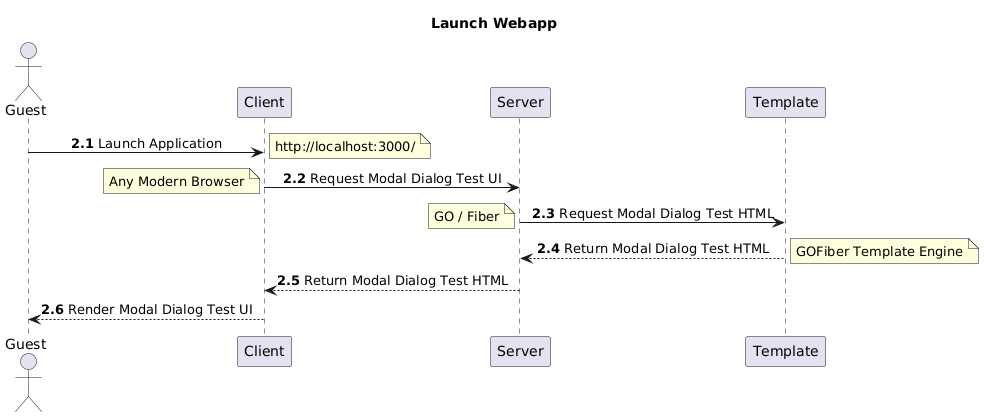
RodrigoMattosoSilveira/html_htmx-modal_dialogs keeps this PlantUML diagram as uml/sequenceDiagrams/LaunchApplication.png. Above is the earlier version. Its source is kept beside it as uml/sequenceDiagrams/LaunchApplication.puml.
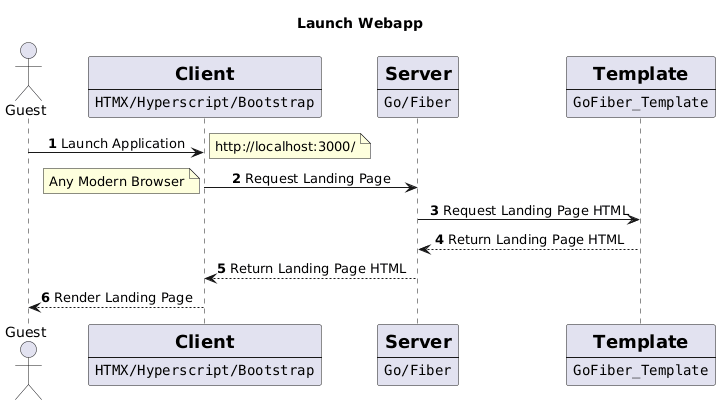
Above is the later version.

What changed in the source:
```diff
@@ -2,27 +2,33 @@
 title Launch Webapp
 skinparam sequenceMessageAlign center
 actor Guest
-participant Client
-participant Server
-participant Template
+participant Client [
+    =Client
+    ----
+    ""HTMX/Hyperscript/Bootstrap""
+]
+participant Server [
+    =Server
+    ----
+    ""Go/Fiber""
+]
+participant Template [
+    =Template
+    ----
+    ""GoFiber_Template""
+]
 
-autonumber 2.1
+autonumber
 Guest -> Client: Launch Application
 note right
  http://localhost:3000/
 end note
-Client -> Server: Request Modal Dialog Test UI
+Client -> Server: Request Landing Page
 note left
  Any Modern Browser
 end note
-Server -> Template: Request Modal Dialog Test HTML
-note left
- GO / Fiber
-end note
-Template --> Server: Return Modal Dialog Test HTML
-note right
- GOFiber Template Engine
-end note
-Server --> Client: Return Modal Dialog Test HTML
-Client --> Guest: Render Modal Dialog Test UI
+Server -> Template: Request Landing Page HTML
+Template --> Server: Return Landing Page HTML
+Server --> Client: Return Landing Page HTML
+Client --> Guest: Render Landing Page
 @enduml
```
